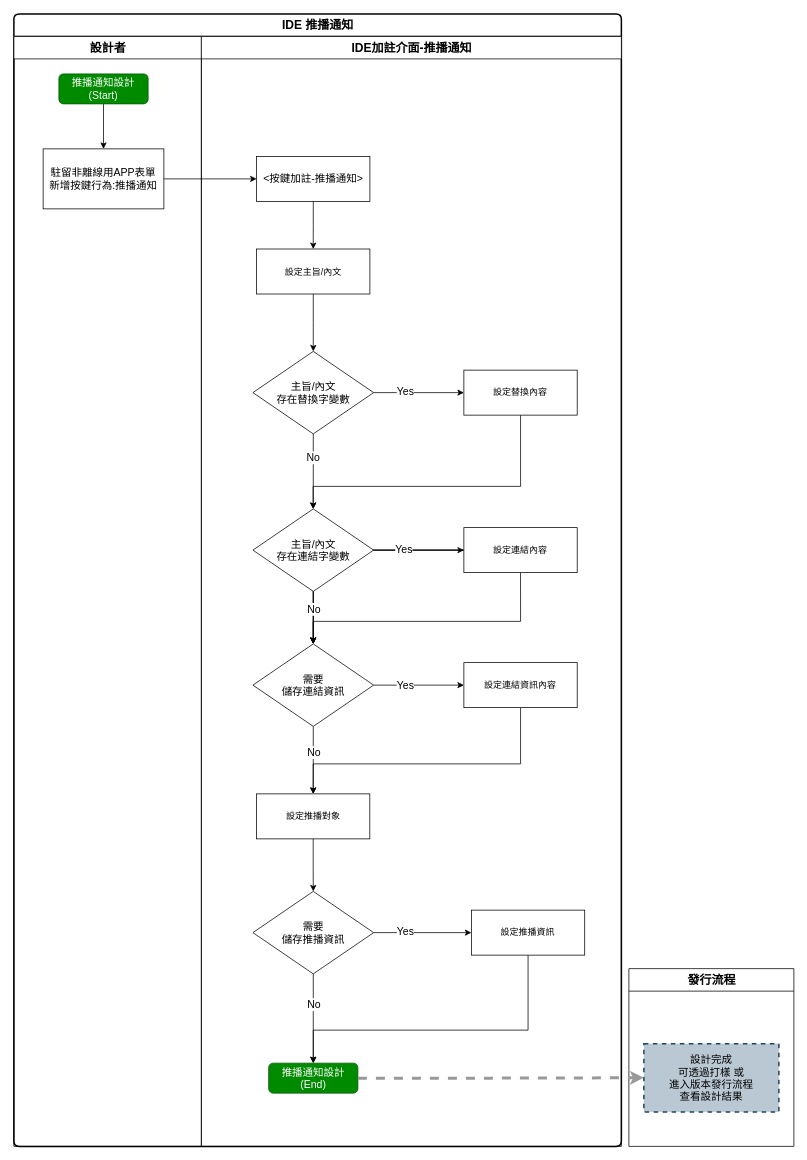
Before: 8.10.0/UPDATE/ITEM_2/IDE/attachment/IDE_MAENotice.drawio in ArcareRD/sadocs, a draw.io diagram. Source tidied: cells renumbered, new cells numbered last; positions are measured from the earlier drawing's top-left corner, leaving out a move shared by most shapes. Both pictures are drawn from the tidied source at 75%, with x=0, y=0 at pixel (14, 14).
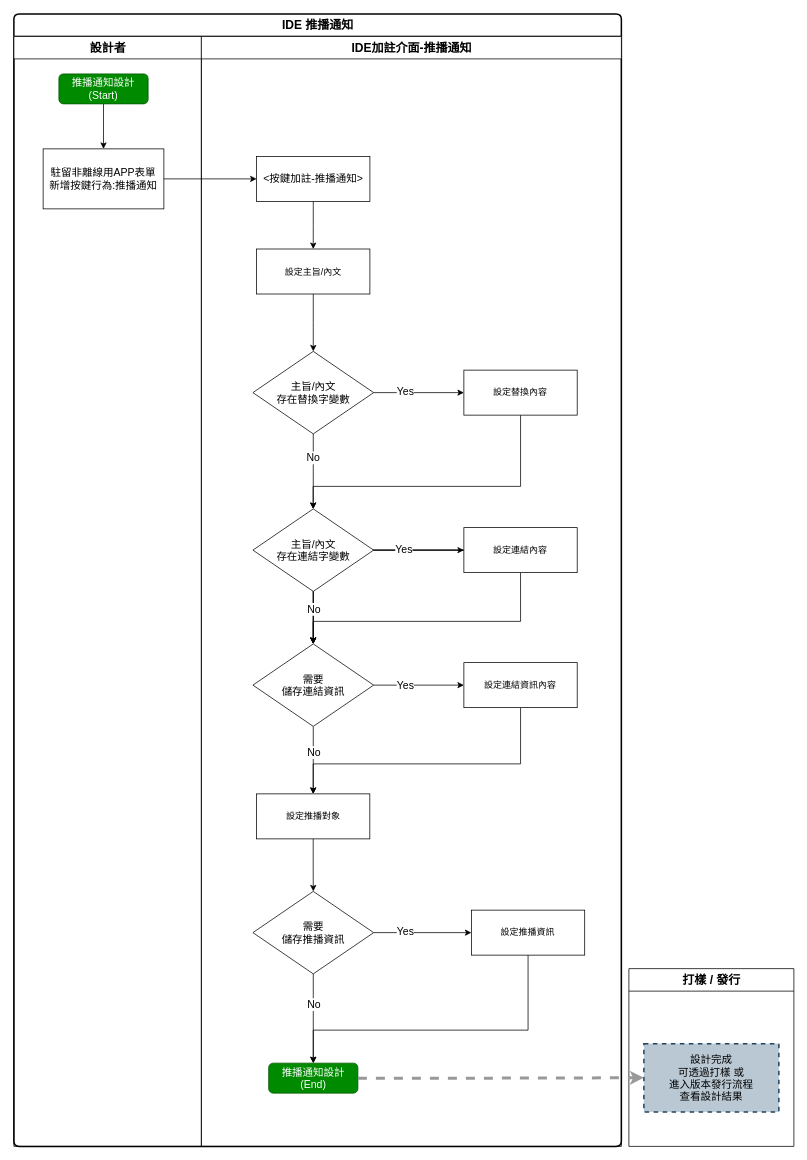
The same diagram, later.

Commit message:
IDE/attachment/IDE_MAENotice.drawio

What changed in the source:
```diff
@@
-    <mxCell id="2" value="發行流程" style="swimlane;html=1;startSize=30;fontSize=16;" parent="1" vertex="1">
+    <mxCell id="2" value="打樣 / 發行" style="swimlane;html=1;startSize=30;fontSize=16;" parent="1" vertex="1">
       <mxGeometry x="820" y="1273" width="220" height="237" as="geometry" />
     </mxCell>
```
